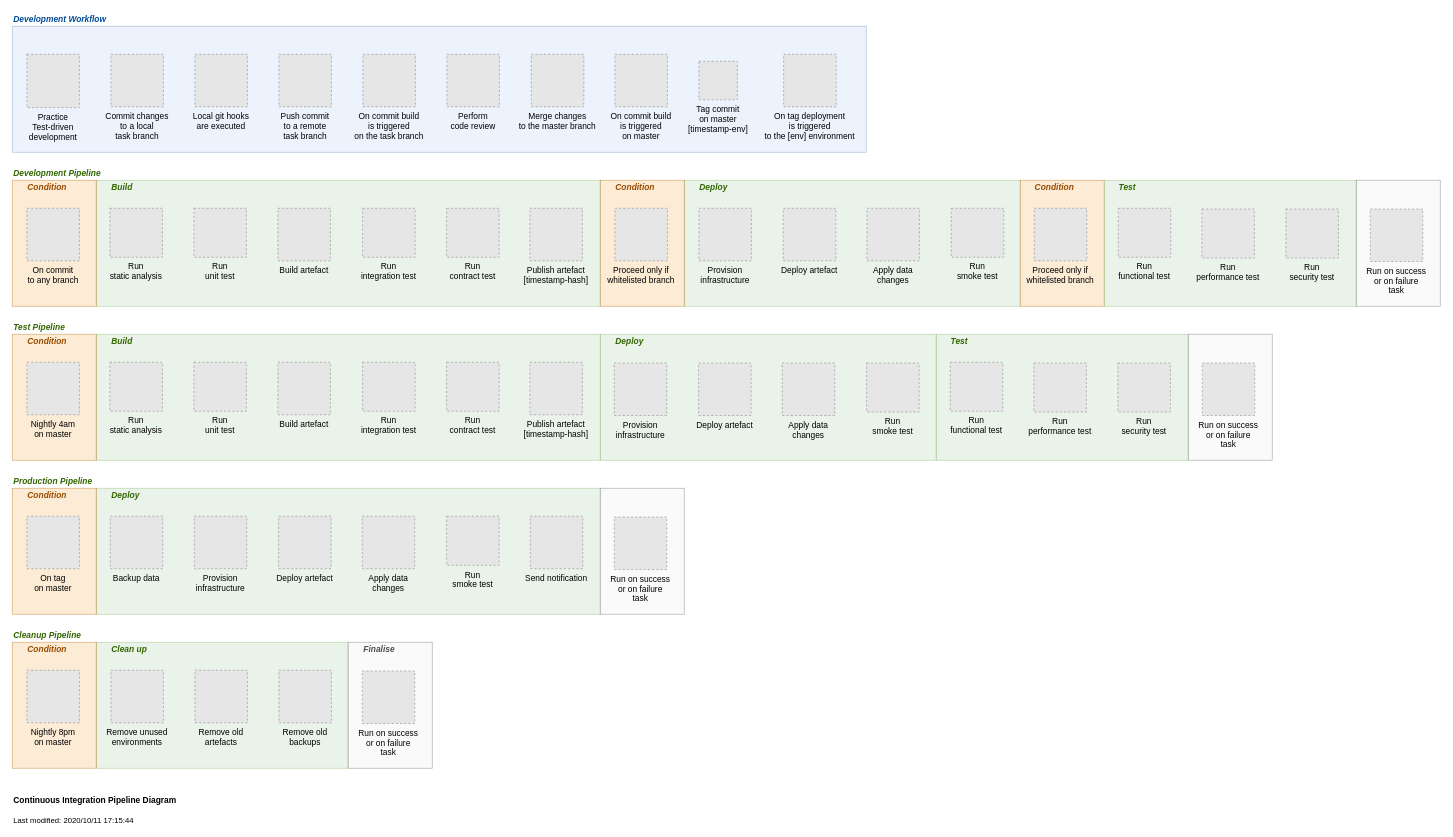
nhs-england-tools/make-devops keeps this draw.io diagram as page "Pipelines" (2 of 2) of documentation/DevOps.drawio. Above is the earlier version. Source tidied: cells renumbered, new cells numbered last; positions are measured from the earlier drawing's top-left corner, leaving out a move shared by most shapes. Both pictures are drawn from the tidied source at 70%, with x=0, y=0 at pixel (12, 12). Pictures stored in the file or linked from it are replaced by grey dashed boxes.
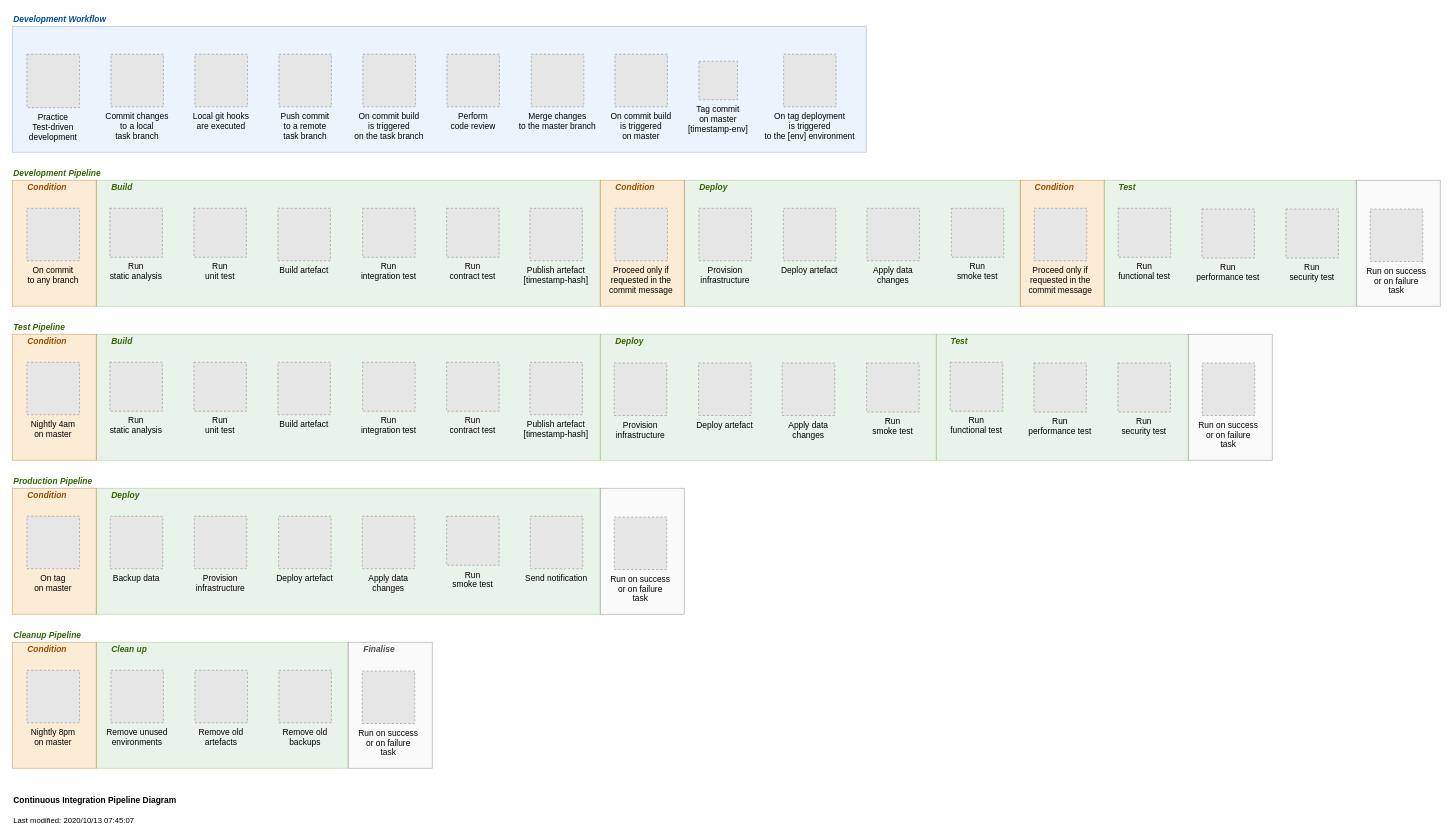
After the change.

Diff of the diagram source:
```diff
@@
-    <mxCell id="37" value="Proceed only if&#10;whitelisted branch" style="fillColor=#E6E6E6;strokeColor=#999999;dashed=1;verticalLabelPosition=bottom;verticalAlign=top;" parent="1" vertex="1">
+    <mxCell id="37" value="Proceed only if&#10;requested in the&#10;commit message" style="fillColor=#E6E6E6;strokeColor=#999999;dashed=1;verticalLabelPosition=bottom;verticalAlign=top;" parent="1" vertex="1">
       <mxGeometry x="861" y="280" width="75" height="75" as="geometry" />
     </mxCell>
@@
-    <mxCell id="40" value="Proceed only if&#10;whitelisted branch" style="fillColor=#E6E6E6;strokeColor=#999999;dashed=1;verticalLabelPosition=bottom;verticalAlign=top;" parent="1" vertex="1">
+    <mxCell id="40" value="Proceed only if&#10;requested in the&#10;commit message" style="fillColor=#E6E6E6;strokeColor=#999999;dashed=1;verticalLabelPosition=bottom;verticalAlign=top;" parent="1" vertex="1">
       <mxGeometry x="1460" y="280" width="75" height="75" as="geometry" />
     </mxCell>
@@
-    <mxCell id="83" value="&lt;b&gt;Continuous Integration Pipeline Diagram&lt;/b&gt;&lt;br style=&quot;font-size: 11px&quot;&gt;&lt;font style=&quot;font-size: 11px&quot;&gt;&lt;br&gt;&lt;font style=&quot;font-size: 11px&quot;&gt;Last modified: 2020/10/11 17:15:44&lt;/font&gt;&lt;/font&gt;" style="text;html=1;strokeColor=none;fillColor=none;align=left;verticalAlign=middle;whiteSpace=wrap;rounded=0;" parent="1" vertex="1">
+    <mxCell id="83" value="&lt;b&gt;Continuous Integration Pipeline Diagram&lt;/b&gt;&lt;br style=&quot;font-size: 11px&quot;&gt;&lt;font style=&quot;font-size: 11px&quot;&gt;&lt;br&gt;&lt;font style=&quot;font-size: 11px&quot;&gt;Last modified: 2020/10/13 07:45:07&lt;/font&gt;&lt;/font&gt;" style="text;html=1;strokeColor=none;fillColor=none;align=left;verticalAlign=middle;whiteSpace=wrap;rounded=0;" parent="1" vertex="1">
       <mxGeometry y="1120" width="420" height="40" as="geometry" />
     </mxCell>
```
